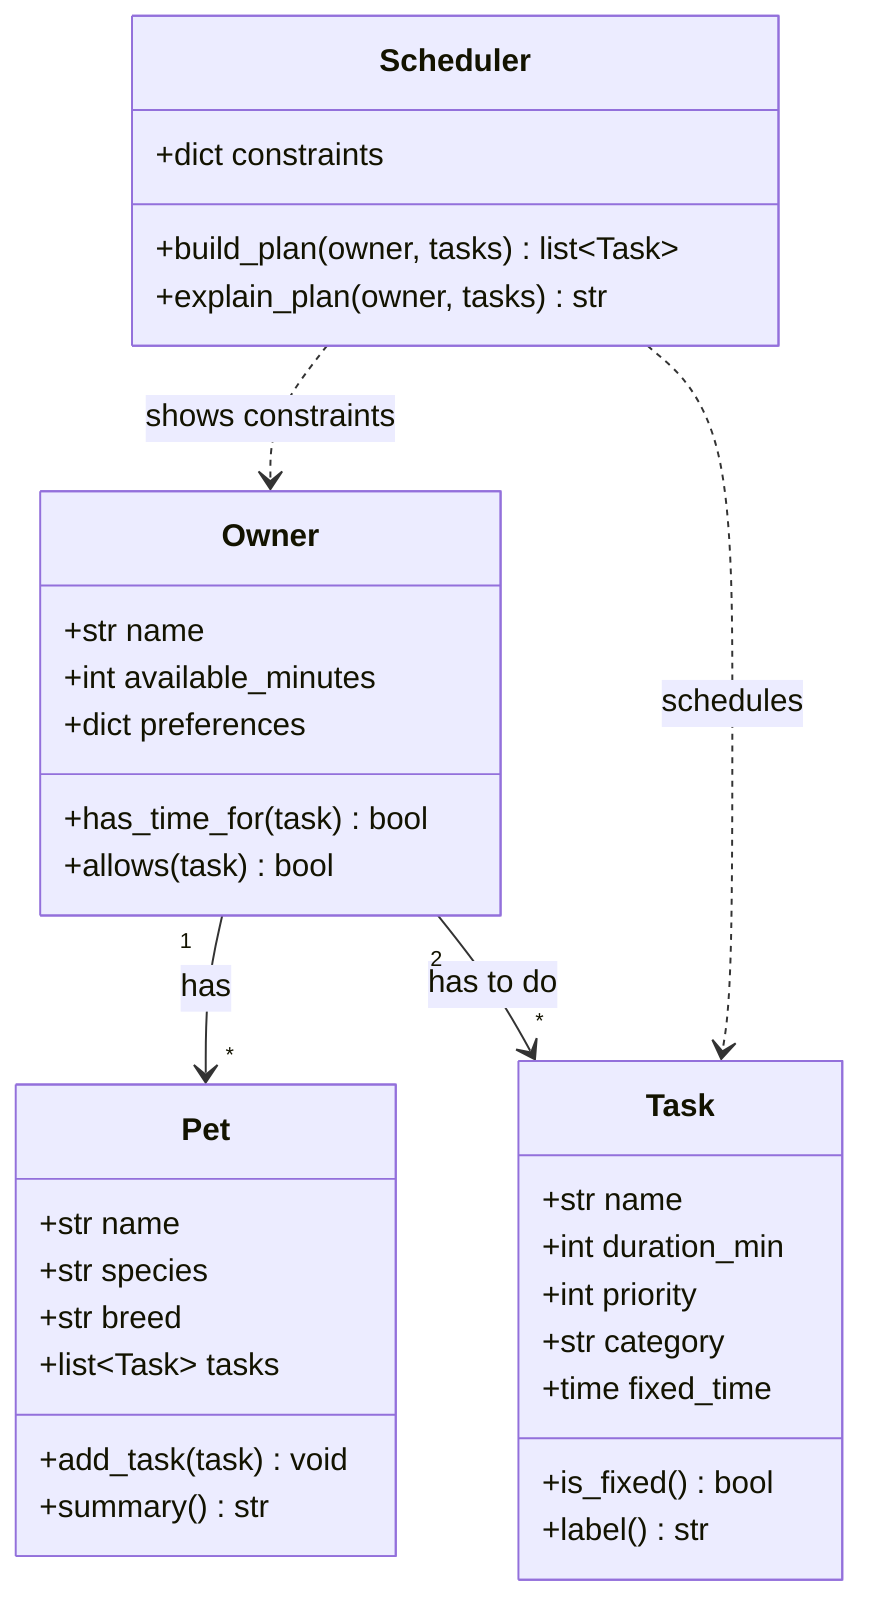
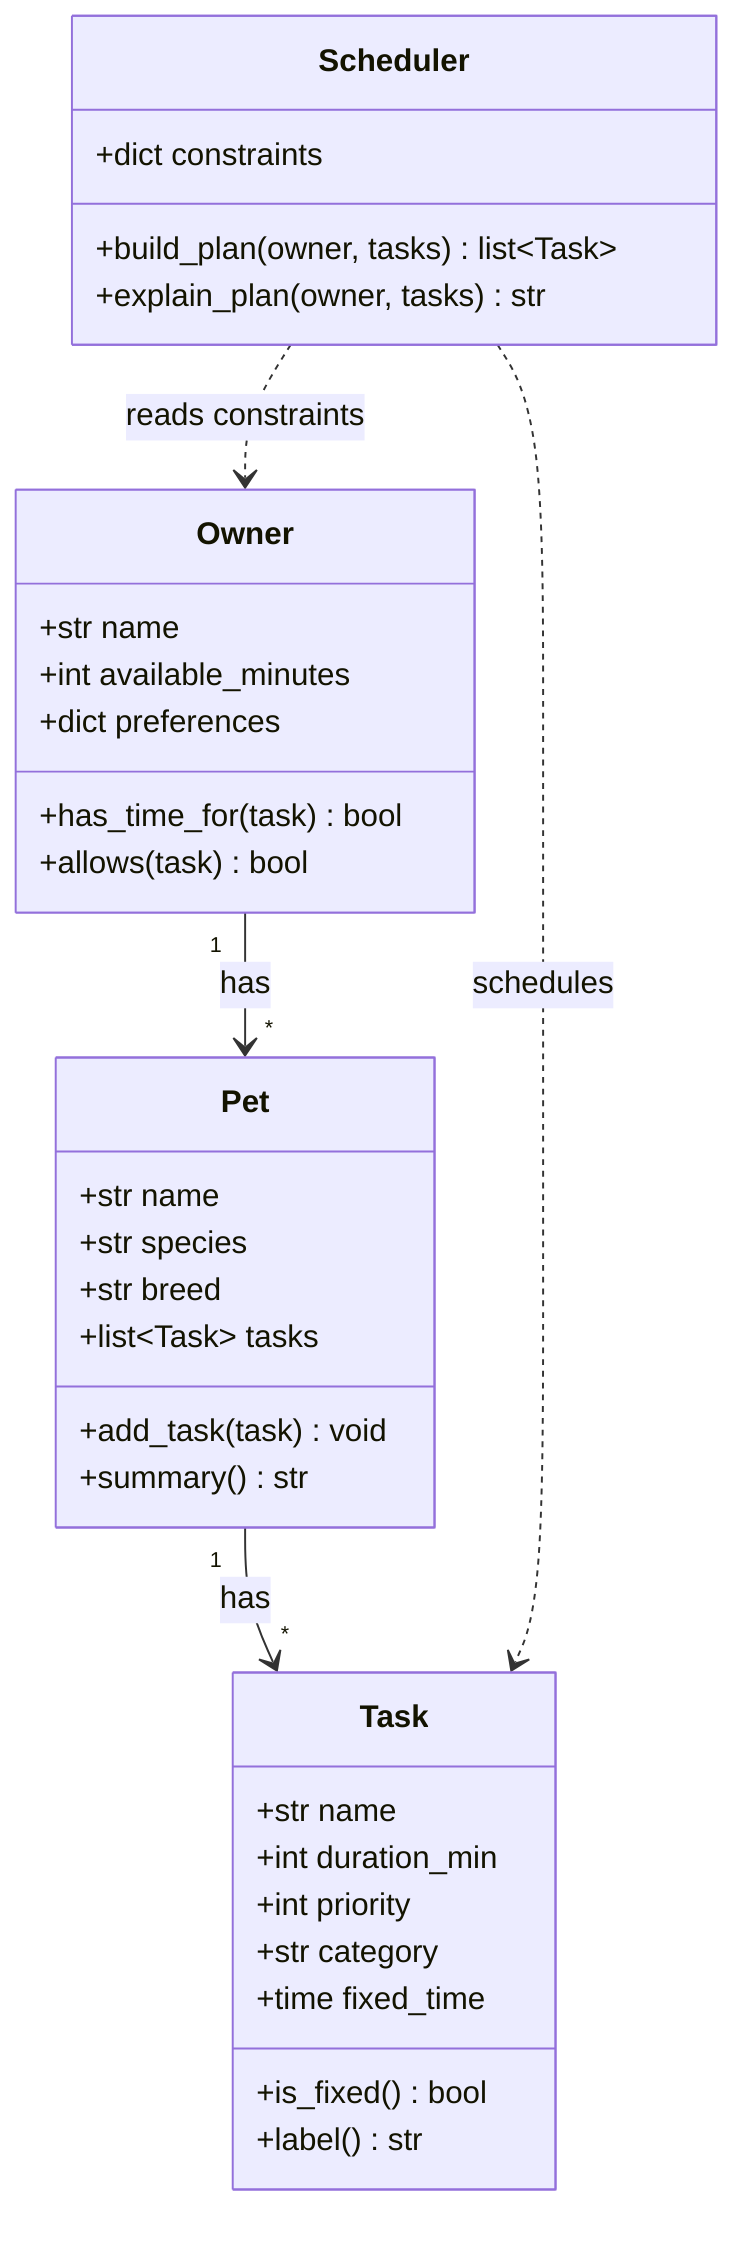
classDiagram
    %% PawPal+ initial design — four core classes.
    %% Keep this file updated so it matches your final implementation.

    class Owner {
        +str name
        +int available_minutes
        +dict preferences
        +has_time_for(task) bool
        +allows(task) bool
    }

    class Pet {
        +str name
        +str species
        +str breed
        +list~Task~ tasks
        +add_task(task) void
        +summary() str
    }

    class Task {
        +str name
        +int duration_min
        +int priority
        +str category
        +time fixed_time
        +is_fixed() bool
        +label() str
    }

    class Scheduler {
        +dict constraints
        +build_plan(owner, tasks) list~Task~
        +explain_plan(owner, tasks) str
    }

    Owner "1" --> "*" Pet : has
-     Owner "2" --> "*" Task : has to do
-     Scheduler ..> Owner : shows constraints
+     Pet "1" --> "*" Task : has
+     Scheduler ..> Owner : reads constraints
    Scheduler ..> Task : schedules